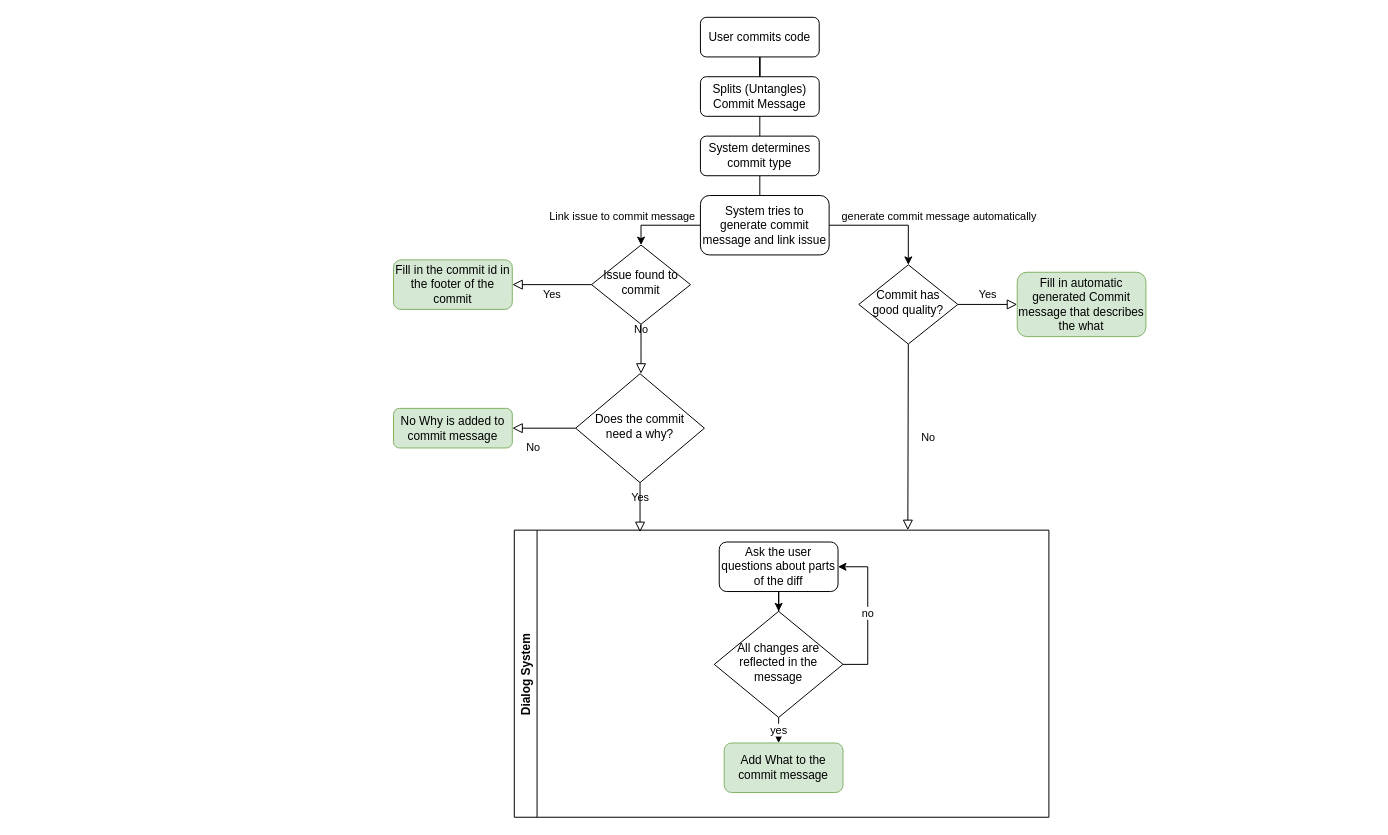
The draw.io diagram git_commit_generation_system.drawio in fizzerle/Commit-Mentor, before the edit. Source tidied: cells renumbered, new cells numbered last; positions are measured from the earlier drawing's top-left corner, leaving out a move shared by most shapes. Both pictures are drawn from the tidied source at 99%, with x=0, y=0 at pixel (393, 17).
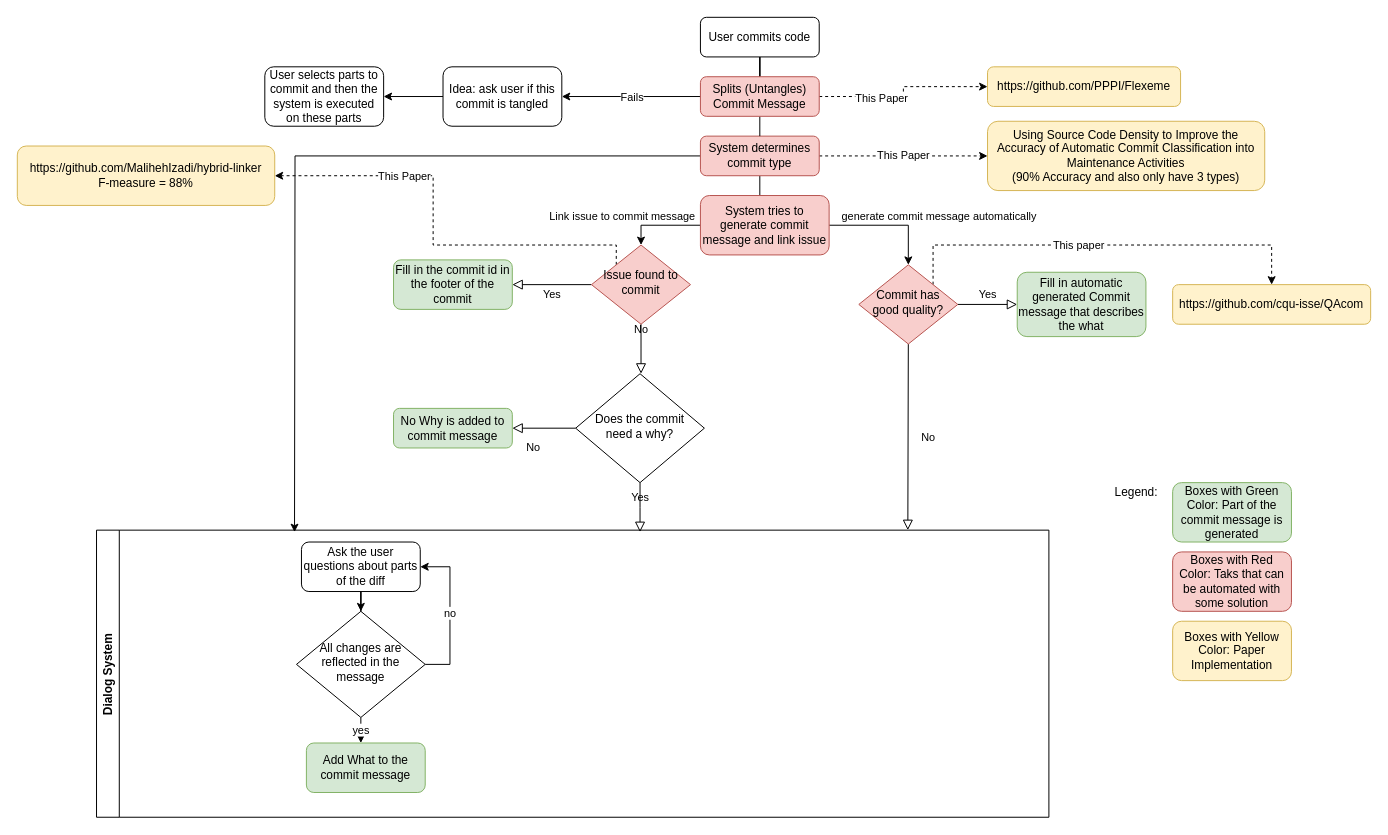
The same diagram, later.

What changed in the source:
```diff
@@
+    <mxCell id="32" style="edgeStyle=orthogonalEdgeStyle;rounded=0;jettySize=auto;html=1;exitX=1;exitY=0;exitDx=0;exitDy=0;entryX=0.5;entryY=0;entryDx=0;entryDy=0;endArrow=classic;endFill=1;dashed=1;" parent="1" edge="1" source="6" target="48">
+      <mxGeometry relative="1" as="geometry">
+        <Array as="points">
+          <mxPoint x="545" y="230" />
+          <mxPoint x="887" y="230" />
+        </Array>
+      </mxGeometry>
+    </mxCell>
+    <mxCell id="33" value="This paper" style="edgeLabel;html=1;align=center;verticalAlign=middle;" parent="32" vertex="1">
+      <mxGeometry x="-0.12" relative="1" as="geometry" />
+    </mxCell>
-    <mxCell id="6" value="Commit has good quality?" style="rhombus;whiteSpace=wrap;html=1;shadow=0;fontFamily=Helvetica;fontSize=12;align=center;strokeWidth=1;spacing=6;spacingTop=-4;" parent="1" vertex="1">
+    <mxCell id="6" value="Commit has good quality?" style="rhombus;whiteSpace=wrap;html=1;shadow=0;fontFamily=Helvetica;fontSize=12;align=center;strokeWidth=1;spacing=6;spacingTop=-4;fillColor=#f8cecc;strokeColor=#b85450;" parent="1" vertex="1">
       <mxGeometry x="470" y="250" width="100" height="80" as="geometry" />
     </mxCell>
@@
+    <mxCell id="34" style="edgeStyle=orthogonalEdgeStyle;rounded=0;jettySize=auto;html=1;endArrow=classic;endFill=1;" parent="1" edge="1" source="9">
+      <mxGeometry relative="1" as="geometry">
+        <mxPoint x="-100" y="520" as="targetPoint" />
+      </mxGeometry>
+    </mxCell>
+    <mxCell id="35" value="This Paper" style="edgeStyle=orthogonalEdgeStyle;rounded=0;jettySize=auto;html=1;endArrow=classic;endFill=1;dashed=1;" parent="1" edge="1" source="9" target="43">
+      <mxGeometry relative="1" as="geometry" />
+    </mxCell>
-    <mxCell id="9" value="System determines commit type" style="rounded=1;whiteSpace=wrap;html=1;fontSize=12;glass=0;strokeWidth=1;shadow=0;" parent="1" vertex="1">
+    <mxCell id="9" value="System determines commit type" style="rounded=1;whiteSpace=wrap;html=1;fontSize=12;glass=0;strokeWidth=1;shadow=0;fillColor=#f8cecc;strokeColor=#b85450;" parent="1" vertex="1">
       <mxGeometry x="310" y="120" width="120" height="40" as="geometry" />
     </mxCell>
@@
-    <mxCell id="14" value="System tries to generate commit message and link issue" style="rounded=1;whiteSpace=wrap;html=1;fontSize=12;glass=0;strokeWidth=1;shadow=0;" parent="1" vertex="1">
+    <mxCell id="14" value="System tries to generate commit message and link issue" style="rounded=1;whiteSpace=wrap;html=1;fontSize=12;glass=0;strokeWidth=1;shadow=0;fillColor=#f8cecc;strokeColor=#b85450;" parent="1" vertex="1">
       <mxGeometry x="310" y="180" width="130" height="60" as="geometry" />
     </mxCell>
@@
+    <mxCell id="36" style="edgeStyle=orthogonalEdgeStyle;rounded=0;jettySize=auto;html=1;exitX=0;exitY=0;exitDx=0;exitDy=0;entryX=1;entryY=0.5;entryDx=0;entryDy=0;endArrow=classic;endFill=1;dashed=1;" parent="1" edge="1" source="17" target="47">
+      <mxGeometry relative="1" as="geometry">
+        <Array as="points">
+          <mxPoint x="225" y="230" />
+          <mxPoint x="40" y="230" />
+          <mxPoint x="40" y="160" />
+        </Array>
+      </mxGeometry>
+    </mxCell>
+    <mxCell id="37" value="This Paper" style="edgeLabel;html=1;align=center;verticalAlign=middle;" parent="36" vertex="1">
+      <mxGeometry x="0.4" relative="1" as="geometry" />
+    </mxCell>
-    <mxCell id="17" value="Issue found to commit" style="rhombus;whiteSpace=wrap;html=1;shadow=0;fontFamily=Helvetica;fontSize=12;align=center;strokeWidth=1;spacing=6;spacingTop=-4;" parent="1" vertex="1">
+    <mxCell id="17" value="Issue found to commit" style="rhombus;whiteSpace=wrap;html=1;shadow=0;fontFamily=Helvetica;fontSize=12;align=center;strokeWidth=1;spacing=6;spacingTop=-4;fillColor=#f8cecc;strokeColor=#b85450;" parent="1" vertex="1">
       <mxGeometry x="200" y="230" width="100" height="80" as="geometry" />
     </mxCell>
@@
     <mxCell id="23" value="Dialog System" style="swimlane;horizontal=0;fillColor=none;" parent="1" vertex="1">
-      <mxGeometry x="122" y="518" width="540" height="290" as="geometry" />
+      <mxGeometry x="-300" y="518" width="962" height="290" as="geometry" />
     </mxCell>
@@
+    <mxCell id="38" style="edgeStyle=orthogonalEdgeStyle;rounded=0;jettySize=auto;html=1;entryX=1;entryY=0.5;entryDx=0;entryDy=0;endArrow=classic;endFill=1;" parent="1" edge="1" source="31" target="45">
+      <mxGeometry relative="1" as="geometry" />
+    </mxCell>
+    <mxCell id="39" value="Fails" style="edgeLabel;html=1;align=center;verticalAlign=middle;" parent="38" vertex="1">
+      <mxGeometry x="-0.23" y="3" relative="1" as="geometry">
+        <mxPoint x="-16" y="-3" as="offset" />
+      </mxGeometry>
+    </mxCell>
+    <mxCell id="40" style="edgeStyle=orthogonalEdgeStyle;rounded=0;jettySize=auto;html=1;exitX=1;exitY=0.5;exitDx=0;exitDy=0;endArrow=classic;endFill=1;dashed=1;" parent="1" edge="1" source="31" target="42">
+      <mxGeometry relative="1" as="geometry" />
+    </mxCell>
+    <mxCell id="41" value="This Paper" style="edgeLabel;html=1;align=center;verticalAlign=middle;" parent="40" vertex="1">
+      <mxGeometry x="-0.31" y="-1" relative="1" as="geometry" />
+    </mxCell>
-    <mxCell id="31" value="Splits (Untangles) Commit Message" style="rounded=1;whiteSpace=wrap;html=1;fontSize=12;glass=0;strokeWidth=1;shadow=0;" parent="1" vertex="1">
+    <mxCell id="31" value="Splits (Untangles) Commit Message" style="rounded=1;whiteSpace=wrap;html=1;fontSize=12;glass=0;strokeWidth=1;shadow=0;fillColor=#f8cecc;strokeColor=#b85450;" parent="1" vertex="1">
       <mxGeometry x="310" y="60" width="120" height="40" as="geometry" />
     </mxCell>
+    <mxCell id="42" value="https://github.com/PPPI/Flexeme" style="rounded=1;whiteSpace=wrap;html=1;fillColor=#fff2cc;strokeColor=#d6b656;" parent="1" vertex="1">
+      <mxGeometry x="600" y="50" width="195" height="40" as="geometry" />
+    </mxCell>
+    <mxCell id="43" value="&lt;div&gt;Using Source Code Density to Improve the Accuracy of Automatic Commit Classification into Maintenance Activities&lt;/div&gt;&lt;div&gt;(90% Accuracy and also only have 3 types)&lt;/div&gt;" style="rounded=1;whiteSpace=wrap;html=1;fillColor=#fff2cc;strokeColor=#d6b656;" parent="1" vertex="1">
+      <mxGeometry x="600" y="105" width="280" height="70" as="geometry" />
+    </mxCell>
+    <mxCell id="44" style="edgeStyle=orthogonalEdgeStyle;rounded=0;jettySize=auto;html=1;entryX=1;entryY=0.5;entryDx=0;entryDy=0;endArrow=classic;endFill=1;" parent="1" edge="1" source="45" target="46">
+      <mxGeometry relative="1" as="geometry" />
+    </mxCell>
+    <mxCell id="45" value="Idea: ask user if this commit is tangled" style="rounded=1;whiteSpace=wrap;html=1;fillColor=none;" parent="1" vertex="1">
+      <mxGeometry x="50" y="50" width="120" height="60" as="geometry" />
+    </mxCell>
+    <mxCell id="46" value="User selects parts to commit and then the system is executed on these parts" style="rounded=1;whiteSpace=wrap;html=1;fillColor=none;" parent="1" vertex="1">
+      <mxGeometry x="-130" y="50" width="120" height="60" as="geometry" />
+    </mxCell>
+    <mxCell id="47" value="&lt;span style=&quot;text-align: left&quot;&gt;https://github.com/MalihehIzadi/hybrid-linker&lt;br&gt;F-measure = 88%&lt;br&gt;&lt;/span&gt;" style="rounded=1;whiteSpace=wrap;html=1;fillColor=#fff2cc;strokeColor=#d6b656;" parent="1" vertex="1">
+      <mxGeometry x="-380" y="130" width="260" height="60" as="geometry" />
+    </mxCell>
+    <mxCell id="48" value="https://github.com/cqu-isse/QAcom" style="rounded=1;whiteSpace=wrap;html=1;fillColor=#fff2cc;strokeColor=#d6b656;" parent="1" vertex="1">
+      <mxGeometry x="787" y="270" width="200" height="40" as="geometry" />
+    </mxCell>
+    <mxCell id="49" value="Boxes with Green Color: Part of the commit message is generated" style="rounded=1;whiteSpace=wrap;html=1;fillColor=#d5e8d4;strokeColor=#82b366;" parent="1" vertex="1">
+      <mxGeometry x="787" y="470" width="120" height="60" as="geometry" />
+    </mxCell>
+    <mxCell id="50" value="Legend:" style="text;html=1;align=center;verticalAlign=middle;strokeColor=none;fillColor=none;" parent="1" vertex="1">
+      <mxGeometry x="720" y="470" width="60" height="20" as="geometry" />
+    </mxCell>
+    <mxCell id="51" value="Boxes with Red Color: Taks that can be automated with some solution" style="rounded=1;whiteSpace=wrap;html=1;fillColor=#f8cecc;strokeColor=#b85450;" parent="1" vertex="1">
+      <mxGeometry x="787" y="540" width="120" height="60" as="geometry" />
+    </mxCell>
+    <mxCell id="52" value="Boxes with Yellow Color: Paper Implementation" style="rounded=1;whiteSpace=wrap;html=1;fillColor=#fff2cc;strokeColor=#d6b656;" parent="1" vertex="1">
+      <mxGeometry x="787" y="610" width="120" height="60" as="geometry" />
+    </mxCell>
```
